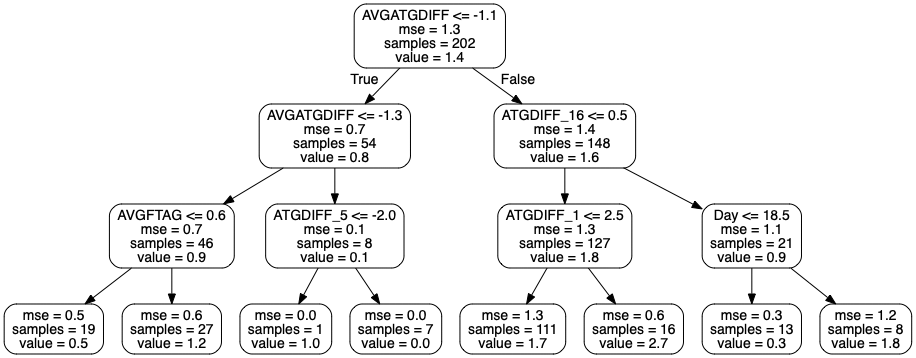
Above: small_tree_away.png in nichohelmut/bookie (Graphviz), before the change. Its source is kept beside it as small_tree_away.dot.
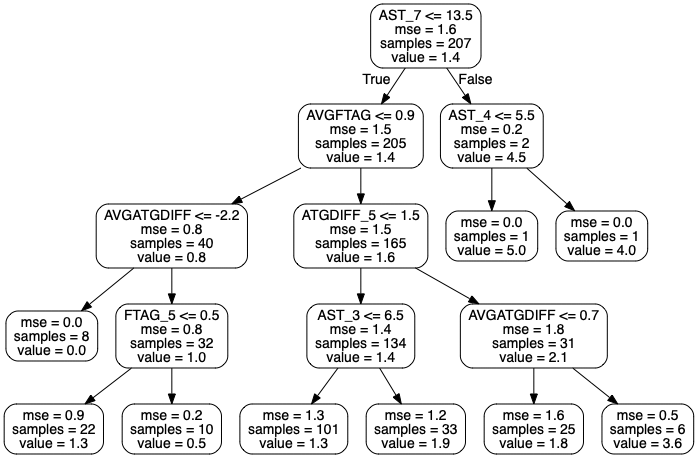
After the commit.

Diff of the diagram source:
```diff
@@ -1,33 +1,37 @@
 digraph Tree {
 node [shape=box, style="rounded", color="black", fontname=helvetica] ;
 edge [fontname=helvetica] ;
-0 [label="AVGATGDIFF <= -1.1\nmse = 1.3\nsamples = 202\nvalue = 1.4"] ;
-1 [label="AVGATGDIFF <= -1.3\nmse = 0.7\nsamples = 54\nvalue = 0.8"] ;
+0 [label="AST_7 <= 13.5\nmse = 1.6\nsamples = 207\nvalue = 1.4"] ;
+1 [label="AVGFTAG <= 0.9\nmse = 1.5\nsamples = 205\nvalue = 1.4"] ;
 0 -> 1 [labeldistance=2.5, labelangle=45, headlabel="True"] ;
-2 [label="AVGFTAG <= 0.6\nmse = 0.7\nsamples = 46\nvalue = 0.9"] ;
+2 [label="AVGATGDIFF <= -2.2\nmse = 0.8\nsamples = 40\nvalue = 0.8"] ;
 1 -> 2 ;
-3 [label="mse = 0.5\nsamples = 19\nvalue = 0.5"] ;
+3 [label="mse = 0.0\nsamples = 8\nvalue = 0.0"] ;
 2 -> 3 ;
-4 [label="mse = 0.6\nsamples = 27\nvalue = 1.2"] ;
+4 [label="FTAG_5 <= 0.5\nmse = 0.8\nsamples = 32\nvalue = 1.0"] ;
 2 -> 4 ;
-5 [label="ATGDIFF_5 <= -2.0\nmse = 0.1\nsamples = 8\nvalue = 0.1"] ;
-1 -> 5 ;
-6 [label="mse = 0.0\nsamples = 1\nvalue = 1.0"] ;
-5 -> 6 ;
-7 [label="mse = 0.0\nsamples = 7\nvalue = 0.0"] ;
-5 -> 7 ;
-8 [label="ATGDIFF_16 <= 0.5\nmse = 1.4\nsamples = 148\nvalue = 1.6"] ;
-0 -> 8 [labeldistance=2.5, labelangle=-45, headlabel="False"] ;
-9 [label="ATGDIFF_1 <= 2.5\nmse = 1.3\nsamples = 127\nvalue = 1.8"] ;
+5 [label="mse = 0.9\nsamples = 22\nvalue = 1.3"] ;
+4 -> 5 ;
+6 [label="mse = 0.2\nsamples = 10\nvalue = 0.5"] ;
+4 -> 6 ;
+7 [label="ATGDIFF_5 <= 1.5\nmse = 1.5\nsamples = 165\nvalue = 1.6"] ;
+1 -> 7 ;
+8 [label="AST_3 <= 6.5\nmse = 1.4\nsamples = 134\nvalue = 1.4"] ;
+7 -> 8 ;
+9 [label="mse = 1.3\nsamples = 101\nvalue = 1.3"] ;
 8 -> 9 ;
-10 [label="mse = 1.3\nsamples = 111\nvalue = 1.7"] ;
-9 -> 10 ;
-11 [label="mse = 0.6\nsamples = 16\nvalue = 2.7"] ;
-9 -> 11 ;
-12 [label="Day <= 18.5\nmse = 1.1\nsamples = 21\nvalue = 0.9"] ;
-8 -> 12 ;
-13 [label="mse = 0.3\nsamples = 13\nvalue = 0.3"] ;
-12 -> 13 ;
-14 [label="mse = 1.2\nsamples = 8\nvalue = 1.8"] ;
-12 -> 14 ;
+10 [label="mse = 1.2\nsamples = 33\nvalue = 1.9"] ;
+8 -> 10 ;
+11 [label="AVGATGDIFF <= 0.7\nmse = 1.8\nsamples = 31\nvalue = 2.1"] ;
+7 -> 11 ;
+12 [label="mse = 1.6\nsamples = 25\nvalue = 1.8"] ;
+11 -> 12 ;
+13 [label="mse = 0.5\nsamples = 6\nvalue = 3.6"] ;
+11 -> 13 ;
+14 [label="AST_4 <= 5.5\nmse = 0.2\nsamples = 2\nvalue = 4.5"] ;
+0 -> 14 [labeldistance=2.5, labelangle=-45, headlabel="False"] ;
+15 [label="mse = 0.0\nsamples = 1\nvalue = 5.0"] ;
+14 -> 15 ;
+16 [label="mse = 0.0\nsamples = 1\nvalue = 4.0"] ;
+14 -> 16 ;
 }
```
